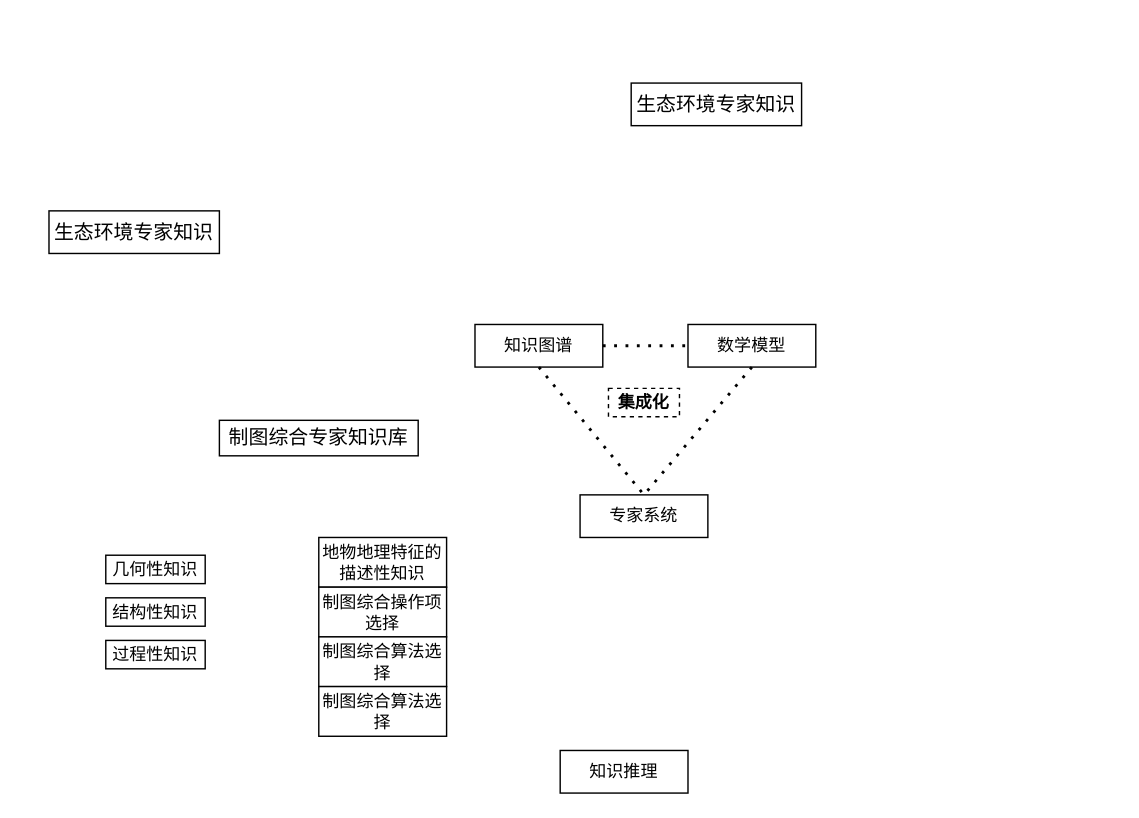
This is KG CG.drawio from huxinkan517/DRAW.IO, a draw.io file, before an edit. Source tidied: cells renumbered, new cells numbered last; positions are measured from the earlier drawing's top-left corner, leaving out a move shared by most shapes. Both pictures are drawn from the tidied source at 142%, with x=0, y=0 at pixel (48, 82).
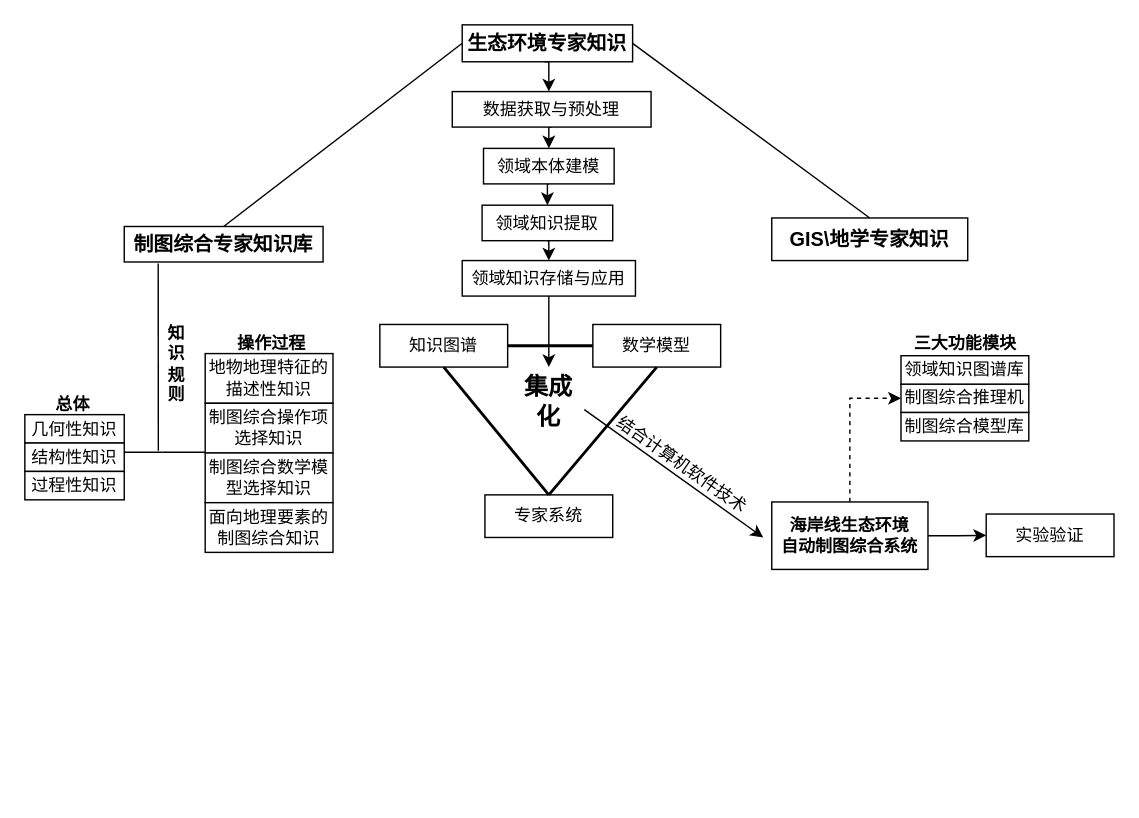
Above is the later version.

What changed in the source:
```diff
@@
     <mxCell id="2" value="知识图谱" style="rounded=0;whiteSpace=wrap;html=1;" parent="1" vertex="1">
-      <mxGeometry x="300" y="170" width="90" height="30" as="geometry" />
+      <mxGeometry x="233" y="170" width="90" height="30" as="geometry" />
     </mxCell>
     <mxCell id="3" value="数学模型" style="rounded=0;whiteSpace=wrap;html=1;" parent="1" vertex="1">
-      <mxGeometry x="450" y="170" width="90" height="30" as="geometry" />
+      <mxGeometry x="383" y="170" width="90" height="30" as="geometry" />
     </mxCell>
     <mxCell id="4" value="专家系统" style="rounded=0;whiteSpace=wrap;html=1;" parent="1" vertex="1">
-      <mxGeometry x="374" y="290" width="90" height="30" as="geometry" />
+      <mxGeometry x="307" y="290" width="90" height="30" as="geometry" />
     </mxCell>
-    <mxCell id="5" value="&lt;span style=&quot;font-size: 10.5pt&quot;&gt;生态环境专家知识&lt;/span&gt;" style="rounded=0;whiteSpace=wrap;html=1;" parent="1" vertex="1">
-      <mxGeometry y="90" width="120" height="30" as="geometry" />
+    <mxCell id="5" value="&lt;span style=&quot;font-size: 10.5pt&quot;&gt;GIS\地学专家知识&lt;/span&gt;" style="rounded=0;whiteSpace=wrap;html=1;fontStyle=1;" parent="1" vertex="1">
+      <mxGeometry x="509" y="95" width="138" height="30" as="geometry" />
     </mxCell>
-    <mxCell id="6" value="&lt;span style=&quot;font-size: 10.5pt&quot;&gt;制图综合专家知识库&lt;/span&gt;" style="rounded=0;whiteSpace=wrap;html=1;" parent="1" vertex="1">
-      <mxGeometry x="120" y="237.5" width="140" height="25" as="geometry" />
+    <mxCell id="6" value="&lt;span style=&quot;font-size: 10.5pt&quot;&gt;制图综合专家知识库&lt;/span&gt;" style="rounded=0;whiteSpace=wrap;html=1;fontStyle=1;" parent="1" vertex="1">
+      <mxGeometry x="53" y="101" width="140" height="25" as="geometry" />
     </mxCell>
-    <mxCell id="7" value="&lt;b&gt;集成化&lt;/b&gt;" style="text;html=1;strokeColor=default;fillColor=none;align=center;verticalAlign=middle;whiteSpace=wrap;rounded=0;dashed=1;" parent="1" vertex="1">
-      <mxGeometry x="394" y="215" width="50" height="20" as="geometry" />
+    <mxCell id="7" value="&lt;b style=&quot;font-size: 17px;&quot;&gt;集成化&lt;/b&gt;" style="text;html=1;strokeColor=none;fillColor=none;align=center;verticalAlign=middle;whiteSpace=wrap;rounded=0;dashed=1;fontSize=17;" parent="1" vertex="1">
+      <mxGeometry x="327" y="215" width="50" height="20" as="geometry" />
     </mxCell>
+    <mxCell id="20" style="edgeStyle=orthogonalEdgeStyle;rounded=0;orthogonalLoop=1;jettySize=auto;html=1;exitX=0.5;exitY=1;exitDx=0;exitDy=0;entryX=0.5;entryY=0;entryDx=0;entryDy=0;fontSize=12;" parent="1" edge="1">
+      <mxGeometry relative="1" as="geometry">
+        <mxPoint x="349" y="-15" as="sourcePoint" />
+        <mxPoint x="352" y="6" as="targetPoint" />
+      </mxGeometry>
+    </mxCell>
-    <mxCell id="8" value="&lt;span style=&quot;font-size: 10.5pt&quot;&gt;生态环境专家知识&lt;/span&gt;" style="rounded=0;whiteSpace=wrap;html=1;" parent="1" vertex="1">
-      <mxGeometry x="410" width="120" height="30" as="geometry" />
+    <mxCell id="8" value="&lt;span style=&quot;font-size: 10.5pt&quot;&gt;生态环境专家知识&lt;/span&gt;" style="rounded=0;whiteSpace=wrap;html=1;fontStyle=1;" parent="1" vertex="1">
+      <mxGeometry x="291" y="-41" width="120" height="26" as="geometry" />
     </mxCell>
-    <mxCell id="9" style="endArrow=none;dashed=1;html=1;dashPattern=1 3;strokeWidth=2;rounded=0;exitX=0.5;exitY=1;exitDx=0;exitDy=0;entryX=0.5;entryY=0;entryDx=0;entryDy=0;" parent="1" edge="1" source="2" target="4">
+    <mxCell id="9" style="endArrow=none;html=1;strokeWidth=2;rounded=0;exitX=0.5;exitY=1;exitDx=0;exitDy=0;entryX=0.5;entryY=0;entryDx=0;entryDy=0;" parent="1" edge="1" source="2" target="4">
       <mxGeometry relative="1" as="geometry" />
     </mxCell>
-    <mxCell id="10" style="endArrow=none;dashed=1;html=1;dashPattern=1 3;strokeWidth=2;rounded=0;exitX=1;exitY=0.5;exitDx=0;exitDy=0;entryX=0;entryY=0.5;entryDx=0;entryDy=0;" parent="1" edge="1" source="2" target="3">
+    <mxCell id="10" style="endArrow=none;html=1;strokeWidth=2;rounded=0;exitX=1;exitY=0.5;exitDx=0;exitDy=0;entryX=0;entryY=0.5;entryDx=0;entryDy=0;" parent="1" edge="1" source="2" target="3">
       <mxGeometry relative="1" as="geometry" />
     </mxCell>
-    <mxCell id="11" style="endArrow=none;dashed=1;html=1;dashPattern=1 3;strokeWidth=2;rounded=0;exitX=0.5;exitY=1;exitDx=0;exitDy=0;entryX=0.5;entryY=0;entryDx=0;entryDy=0;" parent="1" edge="1" source="3" target="4">
+    <mxCell id="11" style="endArrow=none;html=1;strokeWidth=2;rounded=0;exitX=0.5;exitY=1;exitDx=0;exitDy=0;entryX=0.5;entryY=0;entryDx=0;entryDy=0;" parent="1" edge="1" source="3" target="4">
       <mxGeometry relative="1" as="geometry" />
     </mxCell>
+    <mxCell id="21" style="edgeStyle=orthogonalEdgeStyle;rounded=0;jettySize=auto;html=1;exitX=1;exitY=0.5;exitDx=0;exitDy=0;entryX=0;entryY=0.5;entryDx=0;entryDy=0;fontSize=12;" parent="1" edge="1" source="12" target="25">
+      <mxGeometry relative="1" as="geometry" />
+    </mxCell>
+    <mxCell id="22" style="edgeStyle=orthogonalEdgeStyle;rounded=0;jettySize=auto;html=1;exitX=0.5;exitY=0;exitDx=0;exitDy=0;entryX=0;entryY=0.5;entryDx=0;entryDy=0;fontSize=12;dashed=1;" parent="1" edge="1" source="12" target="32">
+      <mxGeometry relative="1" as="geometry" />
+    </mxCell>
-    <mxCell id="12" value="知识推理" style="rounded=0;whiteSpace=wrap;html=1;" parent="1" vertex="1">
-      <mxGeometry x="360" y="470" width="90" height="30" as="geometry" />
+    <mxCell id="12" value="海岸线生态环境&lt;br&gt;自动制图综合系统" style="rounded=0;whiteSpace=wrap;html=1;fontStyle=1;" parent="1" vertex="1">
+      <mxGeometry x="509" y="295" width="110" height="47.5" as="geometry" />
     </mxCell>
     <mxCell id="13" value="几何性知识" style="rounded=0;whiteSpace=wrap;html=1;" parent="1" vertex="1">
-      <mxGeometry x="40" y="332.5" width="70" height="20" as="geometry" />
+      <mxGeometry x="-17" y="233.5" width="70" height="20" as="geometry" />
     </mxCell>
     <mxCell id="14" value="结构性知识" style="rounded=0;whiteSpace=wrap;html=1;" parent="1" vertex="1">
-      <mxGeometry x="40" y="362.5" width="70" height="20" as="geometry" />
+      <mxGeometry x="-17" y="253.5" width="70" height="20" as="geometry" />
     </mxCell>
     <mxCell id="15" value="过程性知识" style="rounded=0;whiteSpace=wrap;html=1;" parent="1" vertex="1">
-      <mxGeometry x="40" y="392.5" width="70" height="20" as="geometry" />
+      <mxGeometry x="-17" y="273.5" width="70" height="20" as="geometry" />
     </mxCell>
     <mxCell id="16" value="地物地理特征的描述性知识" style="rounded=0;whiteSpace=wrap;html=1;" parent="1" vertex="1">
-      <mxGeometry x="190" y="320" width="90" height="35" as="geometry" />
+      <mxGeometry x="110" y="190.5" width="90" height="35" as="geometry" />
     </mxCell>
-    <mxCell id="17" value="制图综合操作项选择" style="rounded=0;whiteSpace=wrap;html=1;" parent="1" vertex="1">
-      <mxGeometry x="190" y="355" width="90" height="35" as="geometry" />
+    <mxCell id="17" value="制图综合操作项选择知识" style="rounded=0;whiteSpace=wrap;html=1;" parent="1" vertex="1">
+      <mxGeometry x="110" y="225.5" width="90" height="35" as="geometry" />
     </mxCell>
-    <mxCell id="18" value="制图综合算法选择" style="rounded=0;whiteSpace=wrap;html=1;" parent="1" vertex="1">
-      <mxGeometry x="190" y="390" width="90" height="35" as="geometry" />
+    <mxCell id="18" value="制图综合数学模型选择知识" style="rounded=0;whiteSpace=wrap;html=1;" parent="1" vertex="1">
+      <mxGeometry x="110" y="260.5" width="90" height="35" as="geometry" />
     </mxCell>
-    <mxCell id="19" value="制图综合算法选择" style="rounded=0;whiteSpace=wrap;html=1;" parent="1" vertex="1">
-      <mxGeometry x="190" y="425" width="90" height="35" as="geometry" />
+    <mxCell id="19" value="面向地理要素的制图综合知识" style="rounded=0;whiteSpace=wrap;html=1;" parent="1" vertex="1">
+      <mxGeometry x="110" y="295.5" width="90" height="35" as="geometry" />
     </mxCell>
+    <mxCell id="23" style="endArrow=classic;html=1;rounded=0;fontSize=17;exitX=1;exitY=0.75;exitDx=0;exitDy=0;" parent="1" edge="1" source="7">
+      <mxGeometry relative="1" as="geometry">
+        <mxPoint x="503" y="320" as="targetPoint" />
+      </mxGeometry>
+    </mxCell>
+    <mxCell id="24" value="结合计算机软件技术" style="text;html=1;strokeColor=none;fillColor=none;align=center;verticalAlign=middle;whiteSpace=wrap;rounded=0;dashed=1;fontSize=12;rotation=35;" parent="1" vertex="1">
+      <mxGeometry x="383" y="254" width="126" height="30" as="geometry" />
+    </mxCell>
+    <mxCell id="25" value="实验验证" style="rounded=0;whiteSpace=wrap;html=1;" parent="1" vertex="1">
+      <mxGeometry x="660" y="303.5" width="90" height="30" as="geometry" />
+    </mxCell>
+    <mxCell id="26" style="endArrow=none;html=1;rounded=0;fontSize=12;entryX=0.171;entryY=1.08;entryDx=0;entryDy=0;entryPerimeter=0;" parent="1" edge="1">
+      <mxGeometry relative="1" as="geometry">
+        <mxPoint x="77" y="259" as="sourcePoint" />
+        <mxPoint x="76.9" y="127" as="targetPoint" />
+      </mxGeometry>
+    </mxCell>
+    <mxCell id="27" style="endArrow=none;html=1;rounded=0;fontSize=12;" parent="1" edge="1">
+      <mxGeometry relative="1" as="geometry">
+        <mxPoint x="110" y="260" as="sourcePoint" />
+        <mxPoint x="80" y="260" as="targetPoint" />
+      </mxGeometry>
+    </mxCell>
+    <mxCell id="28" style="endArrow=none;html=1;rounded=0;fontSize=12;" parent="1" edge="1">
+      <mxGeometry relative="1" as="geometry">
+        <mxPoint x="80" y="260" as="sourcePoint" />
+        <mxPoint x="53" y="260" as="targetPoint" />
+      </mxGeometry>
+    </mxCell>
+    <mxCell id="29" value="知识规则" style="text;html=1;strokeColor=none;fillColor=none;align=center;verticalAlign=middle;whiteSpace=wrap;rounded=0;dashed=1;fontSize=12;fontStyle=1;" parent="1" vertex="1">
+      <mxGeometry x="80" y="150" width="20" height="96.5" as="geometry" />
+    </mxCell>
+    <mxCell id="30" value="总体" style="text;html=1;strokeColor=none;fillColor=none;align=center;verticalAlign=middle;whiteSpace=wrap;rounded=0;dashed=1;fontSize=12;fontStyle=1;" parent="1" vertex="1">
+      <mxGeometry x="-13" y="212" width="60" height="30" as="geometry" />
+    </mxCell>
+    <mxCell id="31" value="操作过程" style="text;html=1;strokeColor=none;fillColor=none;align=center;verticalAlign=middle;whiteSpace=wrap;rounded=0;dashed=1;fontSize=12;fontStyle=1;" parent="1" vertex="1">
+      <mxGeometry x="127" y="168.5" width="60" height="30" as="geometry" />
+    </mxCell>
+    <mxCell id="32" value="制图综合推理机" style="rounded=0;whiteSpace=wrap;html=1;" parent="1" vertex="1">
+      <mxGeometry x="600" y="212" width="90" height="20" as="geometry" />
+    </mxCell>
+    <mxCell id="33" value="制图综合模型库" style="rounded=0;whiteSpace=wrap;html=1;" parent="1" vertex="1">
+      <mxGeometry x="600" y="232" width="90" height="20" as="geometry" />
+    </mxCell>
+    <mxCell id="34" value="领域知识图谱库" style="rounded=0;whiteSpace=wrap;html=1;" parent="1" vertex="1">
+      <mxGeometry x="600" y="192" width="90" height="20" as="geometry" />
+    </mxCell>
+    <mxCell id="35" value="三大功能模块" style="text;html=1;strokeColor=none;fillColor=none;align=center;verticalAlign=middle;whiteSpace=wrap;rounded=0;dashed=1;fontSize=12;fontStyle=1;" parent="1" vertex="1">
+      <mxGeometry x="604.5" y="168.5" width="81" height="30" as="geometry" />
+    </mxCell>
+    <mxCell id="36" style="edgeStyle=orthogonalEdgeStyle;rounded=0;jettySize=auto;html=1;exitX=0.5;exitY=1;exitDx=0;exitDy=0;entryX=0.5;entryY=0;entryDx=0;entryDy=0;fontSize=12;" parent="1" edge="1" source="37" target="39">
+      <mxGeometry relative="1" as="geometry" />
+    </mxCell>
+    <mxCell id="37" value="&lt;span style=&quot;text-align: left&quot;&gt;数据获取与预处理&lt;/span&gt;" style="rounded=0;whiteSpace=wrap;html=1;" parent="1" vertex="1">
+      <mxGeometry x="284" y="6" width="140" height="25" as="geometry" />
+    </mxCell>
+    <mxCell id="38" style="edgeStyle=orthogonalEdgeStyle;rounded=0;jettySize=auto;html=1;exitX=0.5;exitY=1;exitDx=0;exitDy=0;entryX=0.5;entryY=0;entryDx=0;entryDy=0;fontSize=12;" parent="1" edge="1" source="39" target="41">
+      <mxGeometry relative="1" as="geometry" />
+    </mxCell>
+    <mxCell id="39" value="领域本体建模" style="rounded=0;whiteSpace=wrap;html=1;" parent="1" vertex="1">
+      <mxGeometry x="306" y="46" width="92" height="25" as="geometry" />
+    </mxCell>
+    <mxCell id="40" style="edgeStyle=orthogonalEdgeStyle;rounded=0;jettySize=auto;html=1;exitX=0.5;exitY=1;exitDx=0;exitDy=0;entryX=0.5;entryY=0;entryDx=0;entryDy=0;fontSize=12;" parent="1" edge="1" source="41" target="43">
+      <mxGeometry relative="1" as="geometry" />
+    </mxCell>
+    <mxCell id="41" value="&lt;span style=&quot;text-align: left&quot;&gt;领域知识提取&lt;/span&gt;" style="rounded=0;whiteSpace=wrap;html=1;" parent="1" vertex="1">
+      <mxGeometry x="305" y="86" width="92" height="25" as="geometry" />
+    </mxCell>
+    <mxCell id="42" style="edgeStyle=orthogonalEdgeStyle;rounded=0;jettySize=auto;html=1;exitX=0.5;exitY=1;exitDx=0;exitDy=0;fontSize=12;" parent="1" edge="1" source="43">
+      <mxGeometry relative="1" as="geometry">
+        <mxPoint x="352" y="200" as="targetPoint" />
+      </mxGeometry>
+    </mxCell>
+    <mxCell id="43" value="&lt;span style=&quot;text-align: left&quot;&gt;领域知识存储与应用&lt;/span&gt;" style="rounded=0;whiteSpace=wrap;html=1;" parent="1" vertex="1">
+      <mxGeometry x="291" y="125" width="122" height="25" as="geometry" />
+    </mxCell>
+    <mxCell id="44" style="endArrow=none;html=1;rounded=0;fontSize=12;entryX=0;entryY=0.5;entryDx=0;entryDy=0;exitX=0.5;exitY=0;exitDx=0;exitDy=0;" parent="1" edge="1" source="6" target="8">
+      <mxGeometry relative="1" as="geometry" />
+    </mxCell>
+    <mxCell id="45" style="endArrow=none;html=1;rounded=0;fontSize=12;entryX=1;entryY=0.5;entryDx=0;entryDy=0;exitX=0.5;exitY=0;exitDx=0;exitDy=0;" parent="1" edge="1" source="5" target="8">
+      <mxGeometry relative="1" as="geometry" />
+    </mxCell>
```
